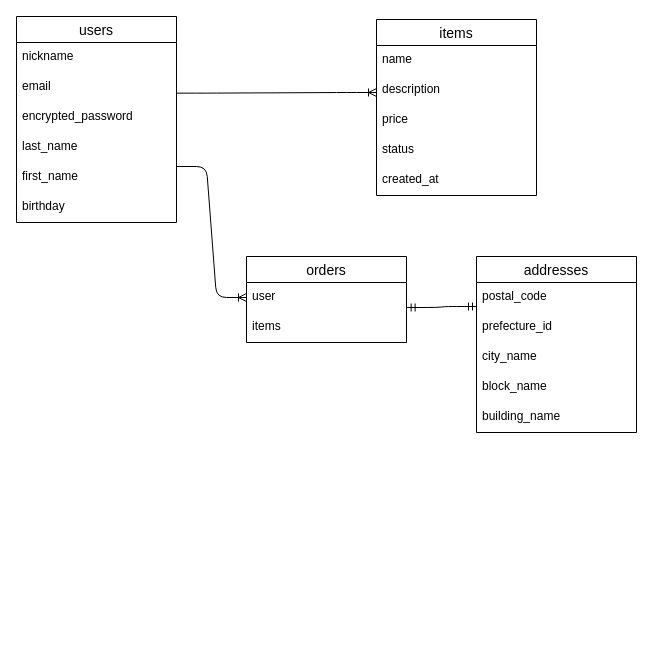
This is furima.dio from hikijikaito/furima-40494, a draw.io file, before an edit. Source tidied: cells renumbered, new cells numbered last; positions are measured from the earlier drawing's top-left corner, leaving out a move shared by most shapes. Both pictures are drawn from the tidied source at 100%, with x=0, y=0 at pixel (16, 16).
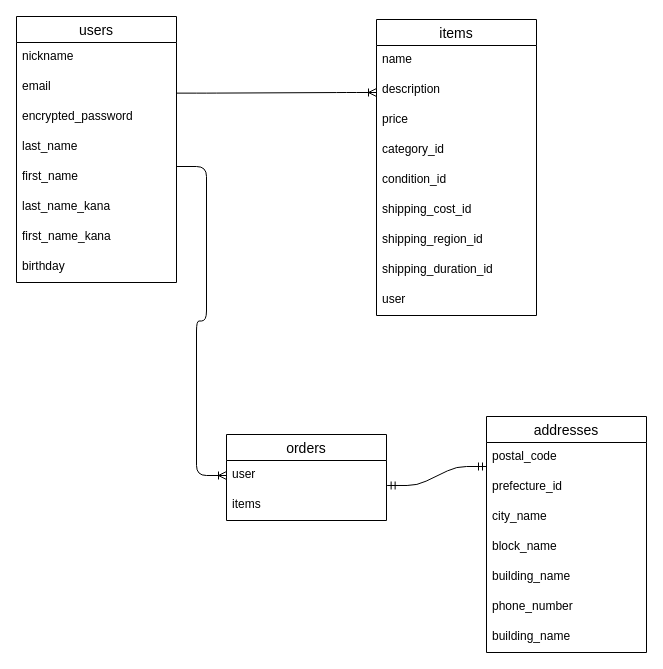
The same page after the edit.

Change to the diagram source:
```diff
@@
     <mxCell id="2" value="users" style="swimlane;fontStyle=0;horizontal=1;startSize=26;align=center;fontSize=14;" parent="1" vertex="1">
-      <mxGeometry width="160" height="206" as="geometry" />
+      <mxGeometry width="160" height="266" as="geometry" />
     </mxCell>
@@
+    <mxCell id="27" value="last_name_kana" style="text;strokeColor=none;fillColor=none;spacingLeft=4;spacingRight=4;overflow=hidden;fontSize=12;" parent="2" vertex="1">
+      <mxGeometry y="176" width="160" height="30" as="geometry" />
+    </mxCell>
+    <mxCell id="28" value="first_name_kana" style="text;strokeColor=none;fillColor=none;spacingLeft=4;spacingRight=4;overflow=hidden;fontSize=12;" parent="2" vertex="1">
+      <mxGeometry y="206" width="160" height="30" as="geometry" />
+    </mxCell>
     <mxCell id="8" value="birthday" style="text;strokeColor=none;fillColor=none;spacingLeft=4;spacingRight=4;overflow=hidden;fontSize=12;" parent="2" vertex="1">
-      <mxGeometry y="176" width="160" height="30" as="geometry" />
+      <mxGeometry y="236" width="160" height="30" as="geometry" />
     </mxCell>
     <mxCell id="9" value="items" style="swimlane;fontStyle=0;horizontal=1;startSize=26;align=center;fontSize=14;" parent="1" vertex="1">
-      <mxGeometry x="360" y="3" width="160" height="176" as="geometry" />
+      <mxGeometry x="360" y="3" width="160" height="296" as="geometry" />
     </mxCell>
@@
-    <mxCell id="13" value="status" style="text;strokeColor=none;fillColor=none;spacingLeft=4;spacingRight=4;overflow=hidden;fontSize=12;" parent="9" vertex="1">
+    <mxCell id="13" value="category_id" style="text;strokeColor=none;fillColor=none;spacingLeft=4;spacingRight=4;overflow=hidden;fontSize=12;" parent="9" vertex="1">
       <mxGeometry y="116" width="160" height="30" as="geometry" />
     </mxCell>
-    <mxCell id="14" value="created_at" style="text;strokeColor=none;fillColor=none;spacingLeft=4;spacingRight=4;overflow=hidden;fontSize=12;" parent="9" vertex="1">
-      <mxGeometry y="146" width="160" height="30" as="geometry" />
-    </mxCell>
+    <mxCell id="29" value="condition_id" style="text;strokeColor=none;fillColor=none;spacingLeft=4;spacingRight=4;overflow=hidden;fontSize=12;" parent="9" vertex="1">
+      <mxGeometry y="146" width="160" height="30" as="geometry" />
+    </mxCell>
+    <mxCell id="30" value="shipping_cost_id" style="text;strokeColor=none;fillColor=none;spacingLeft=4;spacingRight=4;overflow=hidden;fontSize=12;" parent="9" vertex="1">
+      <mxGeometry y="176" width="160" height="30" as="geometry" />
+    </mxCell>
+    <mxCell id="31" value="shipping_region_id" style="text;strokeColor=none;fillColor=none;spacingLeft=4;spacingRight=4;overflow=hidden;fontSize=12;" parent="9" vertex="1">
+      <mxGeometry y="206" width="160" height="30" as="geometry" />
+    </mxCell>
+    <mxCell id="32" value="shipping_duration_id" style="text;strokeColor=none;fillColor=none;spacingLeft=4;spacingRight=4;overflow=hidden;fontSize=12;" parent="9" vertex="1">
+      <mxGeometry y="236" width="160" height="30" as="geometry" />
+    </mxCell>
+    <mxCell id="33" value="user" style="text;strokeColor=none;fillColor=none;spacingLeft=4;spacingRight=4;overflow=hidden;fontSize=12;" parent="9" vertex="1">
+      <mxGeometry y="266" width="160" height="30" as="geometry" />
+    </mxCell>
@@
     <mxCell id="16" value="orders" style="swimlane;fontStyle=0;horizontal=1;startSize=26;align=center;fontSize=14;" parent="1" vertex="1">
-      <mxGeometry x="230" y="240" width="160" height="86" as="geometry" />
+      <mxGeometry x="210" y="418" width="160" height="86" as="geometry" />
     </mxCell>
@@
     <mxCell id="19" value="addresses" style="swimlane;fontStyle=0;horizontal=1;startSize=26;align=center;fontSize=14;" parent="1" vertex="1">
-      <mxGeometry x="460" y="240" width="160" height="176" as="geometry" />
+      <mxGeometry x="470" y="400" width="160" height="236" as="geometry" />
     </mxCell>
@@
+    <mxCell id="34" value="phone_number" style="text;strokeColor=none;fillColor=none;spacingLeft=4;spacingRight=4;overflow=hidden;fontSize=12;" parent="19" vertex="1">
+      <mxGeometry y="176" width="160" height="30" as="geometry" />
+    </mxCell>
+    <mxCell id="35" value="building_name" style="text;strokeColor=none;fillColor=none;spacingLeft=4;spacingRight=4;overflow=hidden;fontSize=12;" parent="19" vertex="1">
+      <mxGeometry y="206" width="160" height="30" as="geometry" />
+    </mxCell>
```
